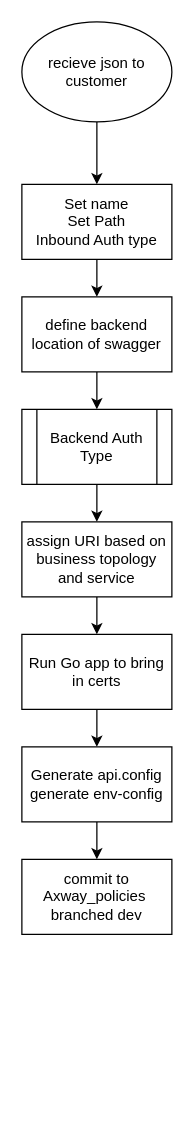
Before: page "Json Creation" (2 of 6) of Process for new API.drawio in bhrobinson/draw.io, a draw.io diagram. Source tidied: cells renumbered, new cells numbered last; positions are measured from the earlier drawing's top-left corner, leaving out a move shared by most shapes. Both pictures are drawn from the tidied source at 125%, with x=0, y=0 at pixel (21, 21).
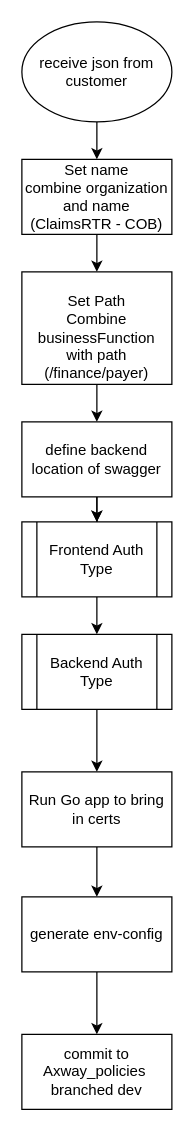
The same page after the edit.

Diff of the diagram source:
```diff
@@
-    <mxCell id="3" value="recieve json to customer" style="ellipse;whiteSpace=wrap;html=1;" parent="1" vertex="1">
+    <mxCell id="3" value="receive json from customer" style="ellipse;whiteSpace=wrap;html=1;" parent="1" vertex="1">
       <mxGeometry width="120" height="80" as="geometry" />
     </mxCell>
-    <mxCell id="4" style="edgeStyle=orthogonalEdgeStyle;rounded=0;jettySize=auto;html=1;" parent="1" edge="1" source="5" target="7">
-      <mxGeometry relative="1" as="geometry" />
-    </mxCell>
+    <mxCell id="17" style="edgeStyle=orthogonalEdgeStyle;rounded=0;jettySize=auto;html=1;fontColor=default;" parent="1" edge="1" source="5" target="20">
+      <mxGeometry relative="1" as="geometry" />
+    </mxCell>
-    <mxCell id="5" value="Set name&lt;br&gt;Set Path&lt;br&gt;Inbound Auth type" style="rounded=0;whiteSpace=wrap;html=1;" parent="1" vertex="1">
-      <mxGeometry y="130" width="120" height="60" as="geometry" />
+    <mxCell id="5" value="Set name&lt;br&gt;combine organization and name&lt;br&gt;(ClaimsRTR - COB)" style="rounded=0;whiteSpace=wrap;html=1;fillColor=default;strokeColor=default;fontColor=default;" parent="1" vertex="1">
+      <mxGeometry y="110" width="120" height="60" as="geometry" />
     </mxCell>
@@
-    <mxCell id="7" value="define backend&lt;br&gt;location of swagger&lt;br&gt;" style="rounded=0;whiteSpace=wrap;html=1;" parent="1" vertex="1">
-      <mxGeometry y="220" width="120" height="60" as="geometry" />
+    <mxCell id="7" value="define backend&lt;br&gt;location of swagger&lt;br&gt;" style="rounded=0;whiteSpace=wrap;html=1;fillColor=default;strokeColor=default;fontColor=default;" parent="1" vertex="1">
+      <mxGeometry y="320" width="120" height="60" as="geometry" />
     </mxCell>
-    <mxCell id="8" style="edgeStyle=orthogonalEdgeStyle;rounded=0;jettySize=auto;html=1;" parent="1" edge="1" source="9" target="11">
-      <mxGeometry relative="1" as="geometry" />
-    </mxCell>
-    <mxCell id="9" value="assign URI based on business topology and service&lt;br&gt;" style="rounded=0;whiteSpace=wrap;html=1;" parent="1" vertex="1">
-      <mxGeometry y="400" width="120" height="60" as="geometry" />
-    </mxCell>
@@
-    <mxCell id="11" value="Run Go app to bring in certs" style="rounded=0;whiteSpace=wrap;html=1;" parent="1" vertex="1">
-      <mxGeometry y="490" width="120" height="60" as="geometry" />
+    <mxCell id="11" value="Run Go app to bring in certs" style="rounded=0;whiteSpace=wrap;html=1;fillColor=default;strokeColor=default;fontColor=default;" parent="1" vertex="1">
+      <mxGeometry y="600" width="120" height="60" as="geometry" />
     </mxCell>
@@
-    <mxCell id="13" value="Generate api.config&lt;br&gt;generate env-config&lt;br&gt;" style="rounded=0;whiteSpace=wrap;html=1;" parent="1" vertex="1">
-      <mxGeometry y="580" width="120" height="60" as="geometry" />
+    <mxCell id="13" value="generate env-config" style="rounded=0;whiteSpace=wrap;html=1;" parent="1" vertex="1">
+      <mxGeometry y="700" width="120" height="60" as="geometry" />
     </mxCell>
-    <mxCell id="14" value="commit to Axway_policies&amp;nbsp;&lt;br&gt;branched dev" style="rounded=0;whiteSpace=wrap;html=1;" parent="1" vertex="1">
-      <mxGeometry y="670" width="120" height="60" as="geometry" />
+    <mxCell id="14" value="commit to Axway_policies&amp;nbsp;&lt;br&gt;branched dev" style="rounded=0;whiteSpace=wrap;html=1;fillColor=default;strokeColor=default;fontColor=default;" parent="1" vertex="1">
+      <mxGeometry y="810" width="120" height="60" as="geometry" />
     </mxCell>
-    <mxCell id="15" style="edgeStyle=orthogonalEdgeStyle;rounded=0;jettySize=auto;html=1;" parent="1" edge="1" source="16" target="9">
-      <mxGeometry relative="1" as="geometry" />
+    <mxCell id="15" style="edgeStyle=orthogonalEdgeStyle;rounded=0;jettySize=auto;html=1;" parent="1" edge="1" source="16">
+      <mxGeometry relative="1" as="geometry">
+        <mxPoint x="60" y="400" as="targetPoint" />
+      </mxGeometry>
     </mxCell>
+    <mxCell id="18" style="edgeStyle=orthogonalEdgeStyle;rounded=0;jettySize=auto;html=1;labelBackgroundColor=default;fontColor=default;strokeColor=default;" parent="1" edge="1" source="16" target="22">
+      <mxGeometry relative="1" as="geometry" />
+    </mxCell>
-    <mxCell id="16" value="Backend Auth Type" style="shape=process;whiteSpace=wrap;html=1;backgroundOutline=1;" parent="1" vertex="1">
-      <mxGeometry y="310" width="120" height="60" as="geometry" />
+    <mxCell id="16" value="Frontend Auth Type" style="shape=process;whiteSpace=wrap;html=1;backgroundOutline=1;fillColor=default;strokeColor=default;fontColor=default;" parent="1" vertex="1">
+      <mxGeometry y="400" width="120" height="60" as="geometry" />
     </mxCell>
+    <mxCell id="19" style="edgeStyle=orthogonalEdgeStyle;rounded=0;jettySize=auto;html=1;fontColor=default;strokeColor=default;labelBackgroundColor=default;" parent="1" edge="1" source="20">
+      <mxGeometry relative="1" as="geometry">
+        <mxPoint x="60" y="320" as="targetPoint" />
+      </mxGeometry>
+    </mxCell>
+    <mxCell id="20" value="&lt;br&gt;Set Path&lt;br&gt;Combine businessFunction with path&lt;br&gt;(/finance/payer)" style="rounded=0;whiteSpace=wrap;html=1;fillColor=default;strokeColor=default;fontColor=default;" parent="1" vertex="1">
+      <mxGeometry y="200" width="120" height="90" as="geometry" />
+    </mxCell>
+    <mxCell id="21" style="edgeStyle=orthogonalEdgeStyle;rounded=0;jettySize=auto;html=1;labelBackgroundColor=default;fontColor=default;strokeColor=default;" parent="1" edge="1" source="22" target="11">
+      <mxGeometry relative="1" as="geometry" />
+    </mxCell>
+    <mxCell id="22" value="Backend Auth Type" style="shape=process;whiteSpace=wrap;html=1;backgroundOutline=1;fillColor=default;strokeColor=default;fontColor=default;" parent="1" vertex="1">
+      <mxGeometry y="490" width="120" height="60" as="geometry" />
+    </mxCell>
```
